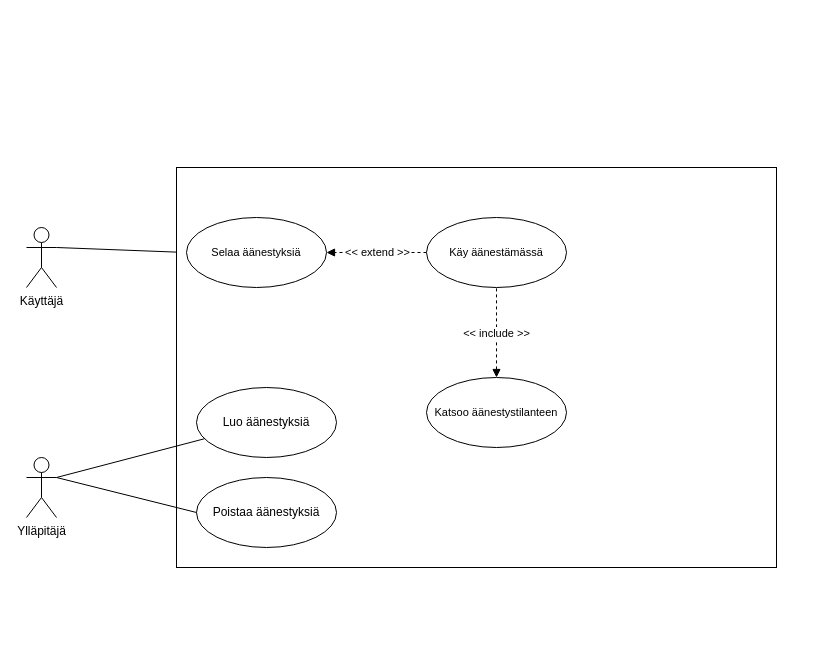
Before: 662/622.drawio in tojutaha/tojutaha.github.io, a draw.io diagram. Source tidied: cells renumbered, new cells numbered last; positions are measured from the earlier drawing's top-left corner, leaving out a move shared by most shapes. Both pictures are drawn from the tidied source at 100%, with x=0, y=0 at pixel (26, 167).
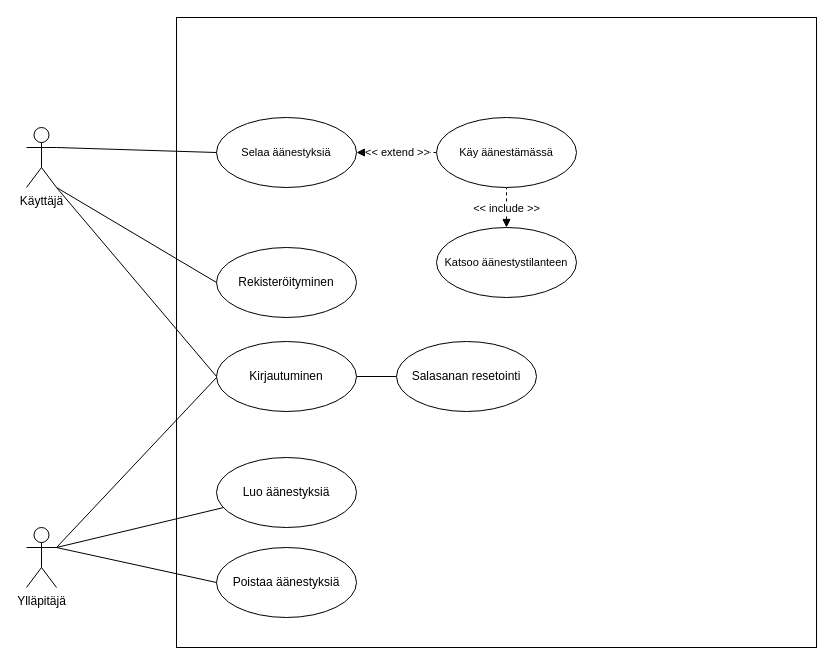
The same page after the edit.

Change to the diagram source:
```diff
@@
-    <mxCell id="2" style="edgeStyle=none;shape=connector;rounded=0;jettySize=auto;html=1;exitX=1;exitY=0.3333333333333333;exitDx=0;exitDy=0;exitPerimeter=0;entryX=0;entryY=0.5;entryDx=0;entryDy=0;labelBackgroundColor=default;strokeColor=default;fontFamily=Helvetica;fontSize=11;fontColor=default;endArrow=none;endFill=0;" parent="1" edge="1" source="3" target="10">
-      <mxGeometry relative="1" as="geometry" />
-    </mxCell>
     <mxCell id="3" value="Käyttäjä" style="shape=umlActor;verticalLabelPosition=bottom;verticalAlign=top;html=1;outlineConnect=0;" parent="1" vertex="1">
-      <mxGeometry y="60" width="30" height="60" as="geometry" />
+      <mxGeometry y="-40" width="30" height="60" as="geometry" />
     </mxCell>
     <mxCell id="4" value="Ylläpitäjä" style="shape=umlActor;verticalLabelPosition=bottom;verticalAlign=top;html=1;outlineConnect=0;" parent="1" vertex="1">
-      <mxGeometry y="290" width="30" height="60" as="geometry" />
+      <mxGeometry y="360" width="30" height="60" as="geometry" />
     </mxCell>
     <mxCell id="5" style="rounded=0;whiteSpace=wrap;html=1;" parent="1" vertex="1">
-      <mxGeometry x="150" width="600" height="400" as="geometry" />
+      <mxGeometry x="150" y="-150" width="640" height="630" as="geometry" />
     </mxCell>
     <mxCell id="6" value="Poistaa äänestyksiä" style="ellipse;whiteSpace=wrap;html=1;" parent="1" vertex="1">
-      <mxGeometry x="170" y="310" width="140" height="70" as="geometry" />
+      <mxGeometry x="190" y="380" width="140" height="70" as="geometry" />
     </mxCell>
     <mxCell id="7" value="Luo äänestyksiä" style="ellipse;whiteSpace=wrap;html=1;" parent="1" vertex="1">
-      <mxGeometry x="170" y="220" width="140" height="70" as="geometry" />
+      <mxGeometry x="190" y="290" width="140" height="70" as="geometry" />
     </mxCell>
@@
     <mxCell id="10" value="Selaa äänestyksiä" style="ellipse;whiteSpace=wrap;html=1;fontFamily=Helvetica;fontSize=11;fontColor=default;" parent="1" vertex="1">
-      <mxGeometry x="160" y="50" width="140" height="70" as="geometry" />
+      <mxGeometry x="190" y="-50" width="140" height="70" as="geometry" />
     </mxCell>
@@
     <mxCell id="13" value="Käy äänestämässä" style="ellipse;whiteSpace=wrap;html=1;fontFamily=Helvetica;fontSize=11;fontColor=default;" parent="1" vertex="1">
-      <mxGeometry x="400" y="50" width="140" height="70" as="geometry" />
+      <mxGeometry x="410" y="-50" width="140" height="70" as="geometry" />
     </mxCell>
@@
     <mxCell id="16" value="Katsoo äänestystilanteen" style="ellipse;whiteSpace=wrap;html=1;fontFamily=Helvetica;fontSize=11;fontColor=default;" parent="1" vertex="1">
-      <mxGeometry x="400" y="210" width="140" height="70" as="geometry" />
+      <mxGeometry x="410" y="60" width="140" height="70" as="geometry" />
     </mxCell>
+    <mxCell id="17" value="Rekisteröityminen" style="ellipse;whiteSpace=wrap;html=1;" parent="1" vertex="1">
+      <mxGeometry x="190" y="80" width="140" height="70" as="geometry" />
+    </mxCell>
+    <mxCell id="2" style="edgeStyle=none;shape=connector;rounded=0;jettySize=auto;html=1;exitX=1;exitY=0.3333333333333333;exitDx=0;exitDy=0;exitPerimeter=0;entryX=0;entryY=0.5;entryDx=0;entryDy=0;labelBackgroundColor=default;strokeColor=default;fontFamily=Helvetica;fontSize=11;fontColor=default;endArrow=none;endFill=0;" parent="1" edge="1" source="3" target="10">
+      <mxGeometry relative="1" as="geometry" />
+    </mxCell>
+    <mxCell id="18" style="edgeStyle=none;shape=connector;rounded=0;jettySize=auto;html=1;exitX=1;exitY=0.5;exitDx=0;exitDy=0;entryX=0;entryY=0.5;entryDx=0;entryDy=0;labelBackgroundColor=default;strokeColor=default;fontFamily=Helvetica;fontSize=11;fontColor=default;endArrow=none;endFill=0;" parent="1" edge="1" source="19" target="23">
+      <mxGeometry relative="1" as="geometry" />
+    </mxCell>
+    <mxCell id="19" value="Kirjautuminen" style="ellipse;whiteSpace=wrap;html=1;" parent="1" vertex="1">
+      <mxGeometry x="190" y="174" width="140" height="70" as="geometry" />
+    </mxCell>
+    <mxCell id="20" style="rounded=0;jettySize=auto;html=1;exitX=1;exitY=1;exitDx=0;exitDy=0;exitPerimeter=0;entryX=0;entryY=0.5;entryDx=0;entryDy=0;endArrow=none;endFill=0;" parent="1" edge="1" source="3" target="17">
+      <mxGeometry relative="1" as="geometry" />
+    </mxCell>
+    <mxCell id="21" style="edgeStyle=none;shape=connector;rounded=0;jettySize=auto;html=1;exitX=1;exitY=1;exitDx=0;exitDy=0;exitPerimeter=0;entryX=0;entryY=0.5;entryDx=0;entryDy=0;labelBackgroundColor=default;strokeColor=default;fontFamily=Helvetica;fontSize=11;fontColor=default;endArrow=none;endFill=0;" parent="1" edge="1" source="3" target="19">
+      <mxGeometry relative="1" as="geometry" />
+    </mxCell>
+    <mxCell id="22" style="edgeStyle=none;shape=connector;rounded=0;jettySize=auto;html=1;exitX=1;exitY=0.3333333333333333;exitDx=0;exitDy=0;exitPerimeter=0;labelBackgroundColor=default;strokeColor=default;fontFamily=Helvetica;fontSize=11;fontColor=default;endArrow=none;endFill=0;" parent="1" edge="1" source="4">
+      <mxGeometry relative="1" as="geometry">
+        <mxPoint x="190" y="210" as="targetPoint" />
+      </mxGeometry>
+    </mxCell>
+    <mxCell id="23" value="Salasanan resetointi" style="ellipse;whiteSpace=wrap;html=1;" parent="1" vertex="1">
+      <mxGeometry x="370" y="174" width="140" height="70" as="geometry" />
+    </mxCell>
```
